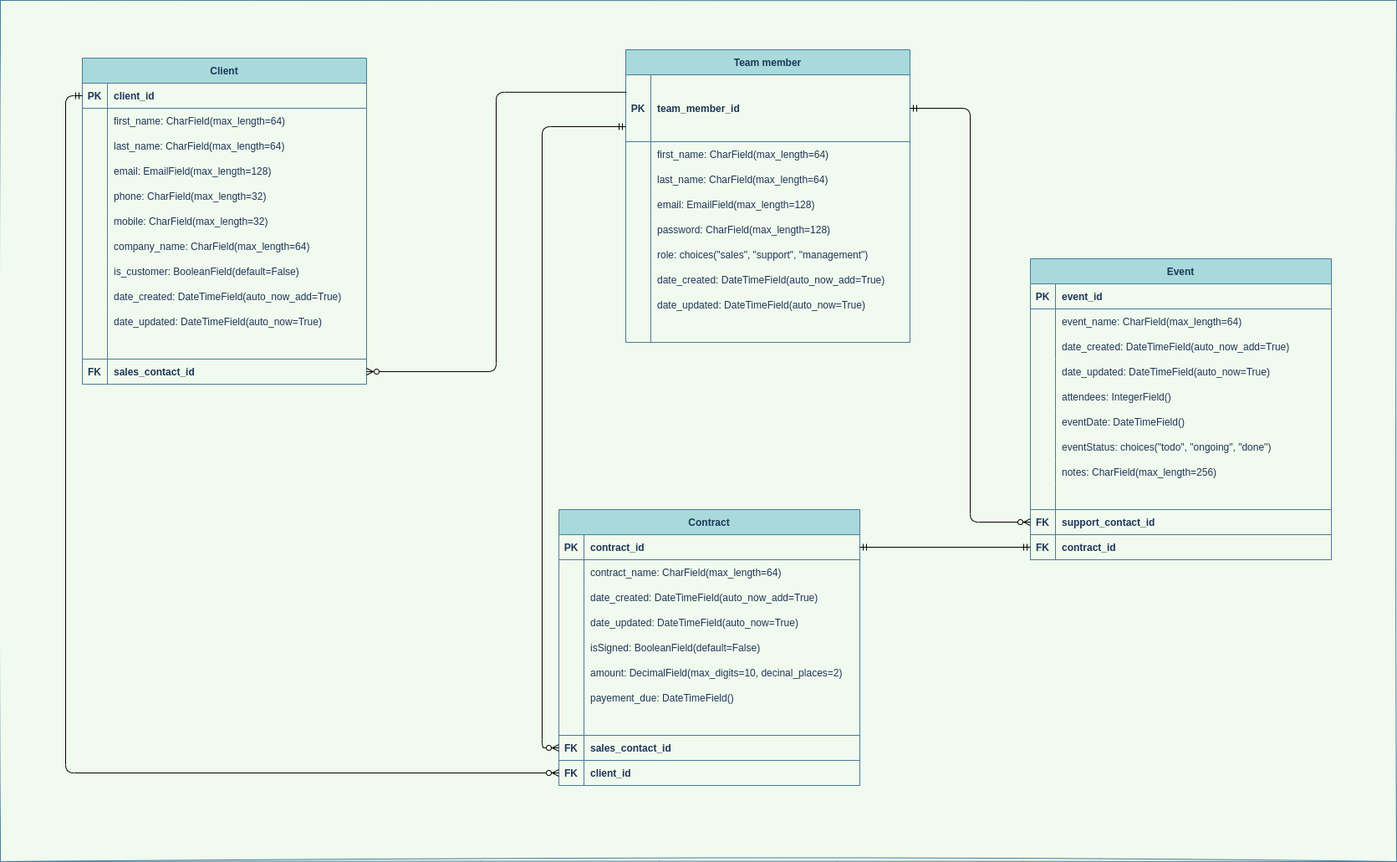
josayko-courses/epic_events_CRM keeps this draw.io diagram as Logical_Data_Model.drawio.png. Above is the earlier version. Source tidied: cells renumbered, new cells last; positions are measured from the earlier drawing's top-left corner, leaving out a move shared by most shapes.
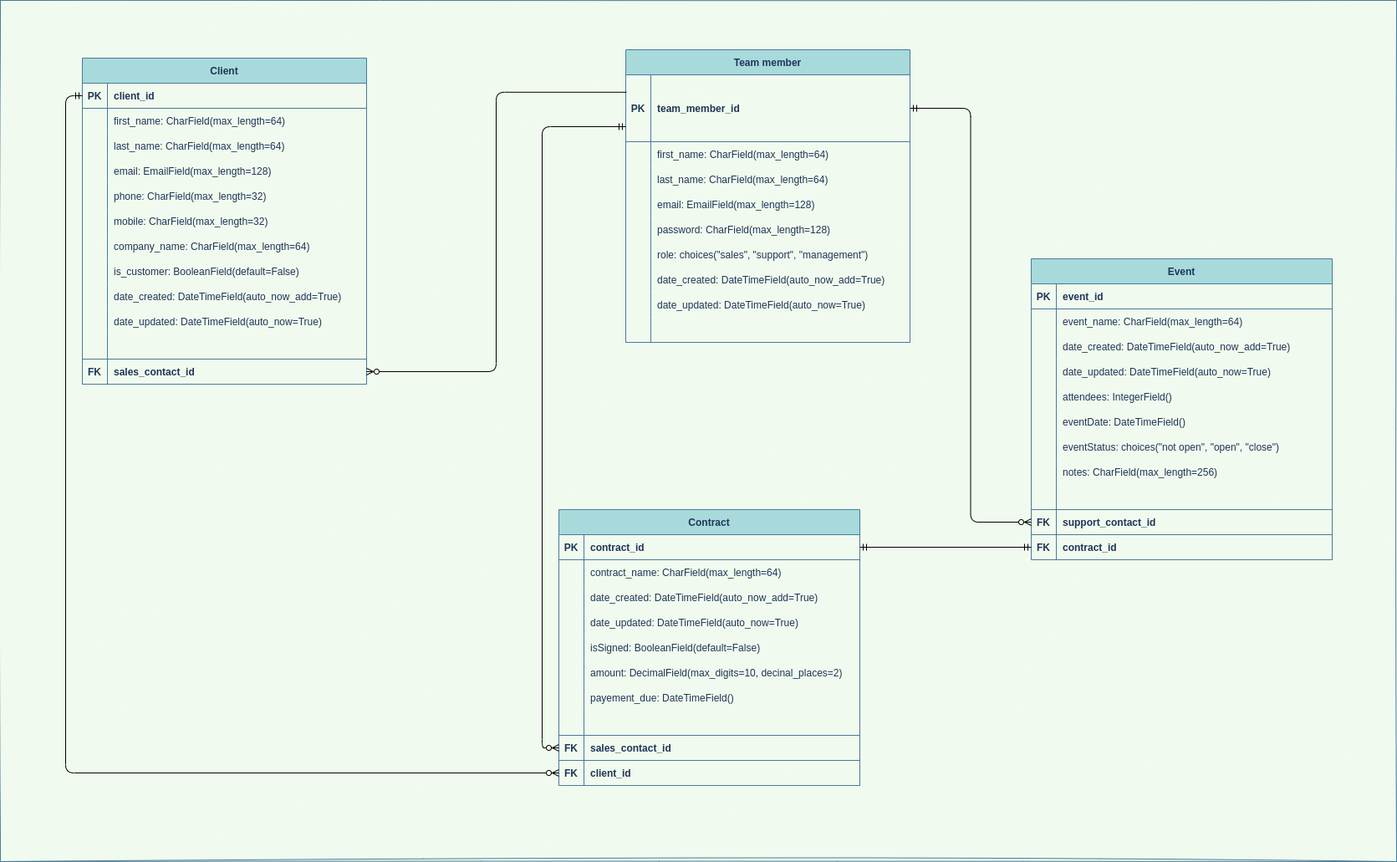
After the change.

Diff of the diagram source:
```diff
@@ -295,7 +295,7 @@
       <mxGeometry x="30" width="330" height="30" as="geometry" />
     </mxCell>
     <mxCell id="100" value="Event" style="shape=table;startSize=30;rowLines=0;fontStyle=1;align=center;strokeColor=#457B9D;fillColor=#A8DADC;fontColor=#1D3557;" parent="3" vertex="1">
-      <mxGeometry x="1232" y="309" width="360" height="360" as="geometry" />
+      <mxGeometry x="1233" y="309" width="360" height="360" as="geometry" />
     </mxCell>
     <mxCell id="101" style="shape=tableRow;horizontal=0;startSize=0;swimlaneHead=0;swimlaneBody=0;fillColor=none;top=0;left=0;right=0;bottom=1;strokeColor=#457B9D;fontColor=#1D3557;" parent="100" vertex="1">
       <mxGeometry y="30" width="360" height="30" as="geometry" />
@@ -357,7 +357,7 @@
     <mxCell id="120" style="shape=partialRectangle;fillColor=none;top=0;left=0;bottom=0;right=0;overflow=hidden;strokeColor=#457B9D;fontColor=#1D3557;" parent="119" vertex="1">
       <mxGeometry width="30" height="30" as="geometry" />
     </mxCell>
-    <mxCell id="121" value="eventStatus: choices(&quot;todo&quot;, &quot;ongoing&quot;, &quot;done&quot;)" style="shape=partialRectangle;fillColor=none;top=0;left=0;bottom=0;right=0;align=left;spacingLeft=6;overflow=hidden;strokeColor=#457B9D;fontColor=#1D3557;" parent="119" vertex="1">
+    <mxCell id="121" value="eventStatus: choices(&quot;not open&quot;, &quot;open&quot;, &quot;close&quot;)" style="shape=partialRectangle;fillColor=none;top=0;left=0;bottom=0;right=0;align=left;spacingLeft=6;overflow=hidden;strokeColor=#457B9D;fontColor=#1D3557;" parent="119" vertex="1">
       <mxGeometry x="30" width="330" height="30" as="geometry" />
     </mxCell>
     <mxCell id="122" style="shape=tableRow;horizontal=0;startSize=0;swimlaneHead=0;swimlaneBody=0;fillColor=none;top=0;left=0;right=0;bottom=0;strokeColor=#457B9D;fontColor=#1D3557;" parent="100" vertex="1">
```
